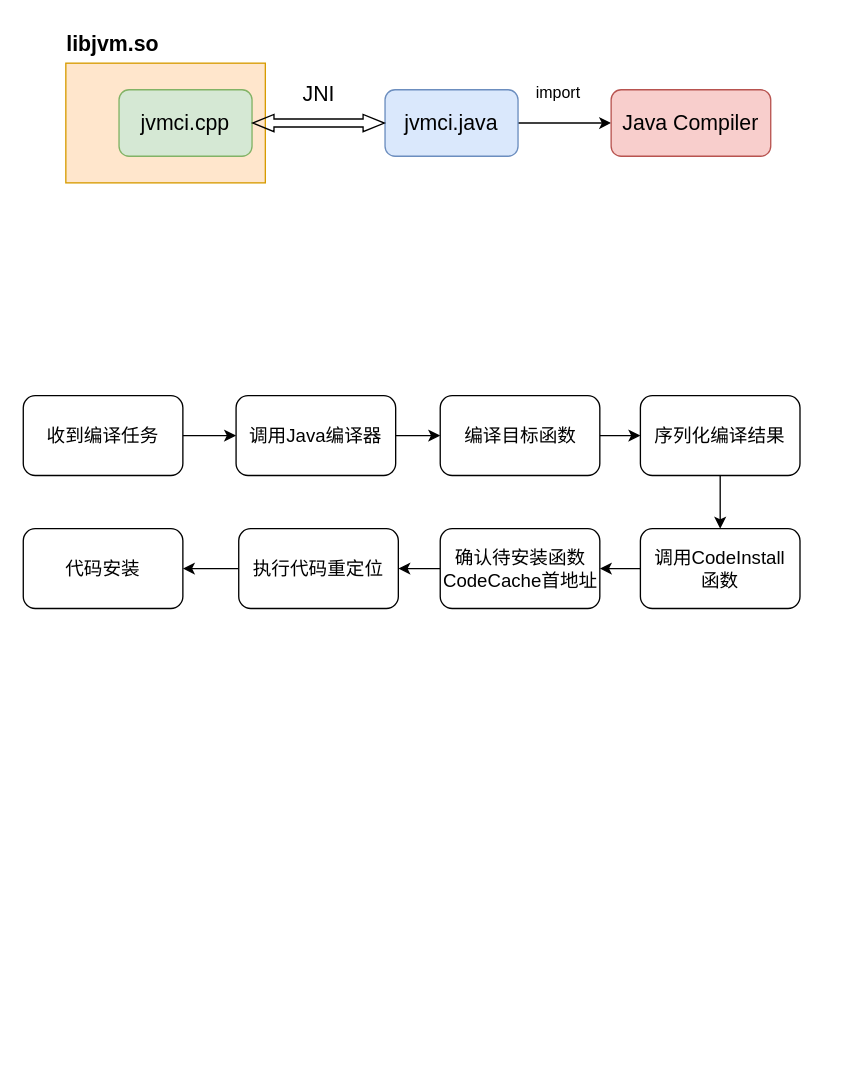
Before: JVMCI.drawio in f123888/Draw.IO, a draw.io diagram. Source tidied: cells renumbered, new cells numbered last; positions are measured from the earlier drawing's top-left corner, leaving out a move shared by most shapes. Both pictures are drawn from the tidied source at 133%, with x=0, y=0 at pixel (23, 23).
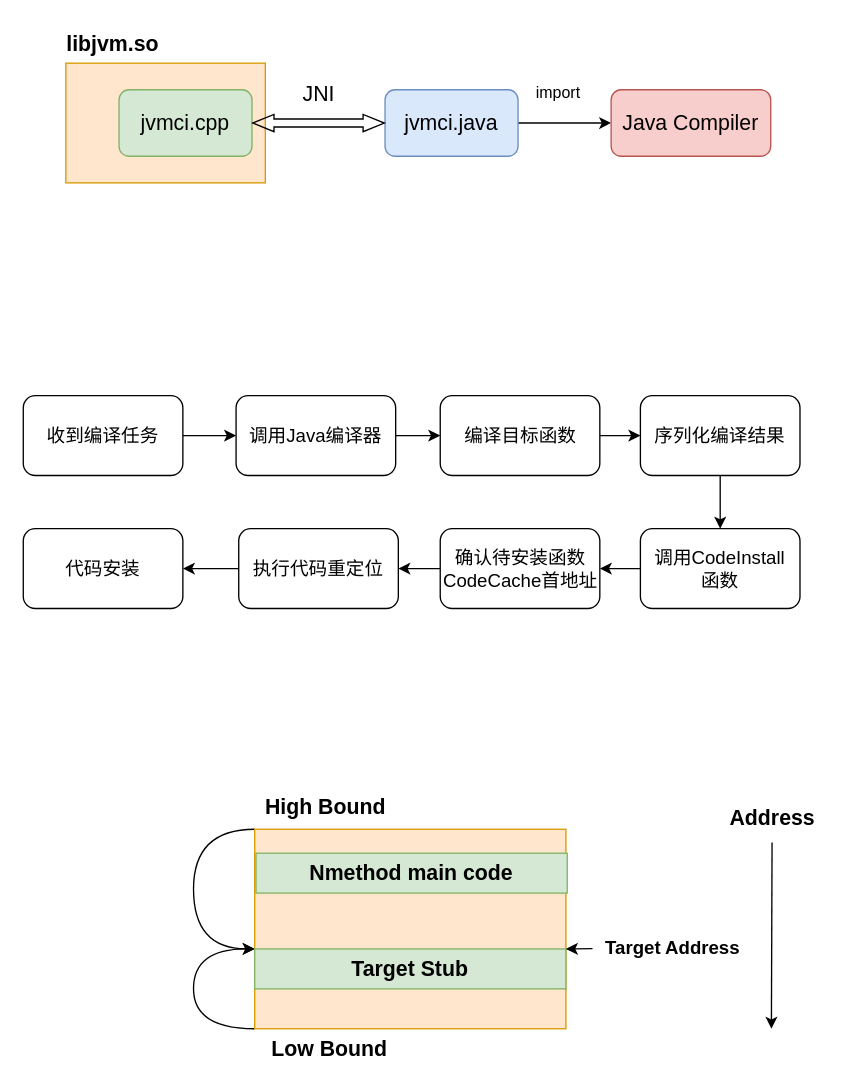
After the change.

Diff of the diagram source:
```diff
@@
+    <mxCell id="26" style="edgeStyle=orthogonalEdgeStyle;rounded=0;jettySize=auto;html=1;exitX=0;exitY=0;exitDx=0;exitDy=0;entryX=0;entryY=0;entryDx=0;entryDy=0;curved=1;" parent="1" edge="1" source="28" target="29">
+      <mxGeometry relative="1" as="geometry">
+        <Array as="points">
+          <mxPoint x="128" y="606" />
+          <mxPoint x="128" y="696" />
+        </Array>
+      </mxGeometry>
+    </mxCell>
+    <mxCell id="27" style="edgeStyle=orthogonalEdgeStyle;rounded=0;jettySize=auto;html=1;exitX=0;exitY=1;exitDx=0;exitDy=0;entryX=0;entryY=0;entryDx=0;entryDy=0;curved=1;" parent="1" edge="1" source="28" target="29">
+      <mxGeometry relative="1" as="geometry">
+        <Array as="points">
+          <mxPoint x="128" y="756" />
+          <mxPoint x="128" y="696" />
+        </Array>
+      </mxGeometry>
+    </mxCell>
+    <mxCell id="28" style="rounded=0;whiteSpace=wrap;html=1;fillColor=#ffe6cc;strokeColor=#d79b00;" parent="1" vertex="1">
+      <mxGeometry x="174" y="606" width="234" height="150" as="geometry" />
+    </mxCell>
+    <mxCell id="29" value="&lt;font style=&quot;font-size: 16px;&quot;&gt;&lt;b&gt;Target Stub&lt;/b&gt;&lt;/font&gt;" style="rounded=0;whiteSpace=wrap;html=1;fillColor=#d5e8d4;strokeColor=#82b366;" parent="1" vertex="1">
+      <mxGeometry x="174" y="696" width="234" height="30" as="geometry" />
+    </mxCell>
+    <mxCell id="30" style="endArrow=classic;html=1;rounded=0;" parent="1" edge="1">
+      <mxGeometry relative="1" as="geometry">
+        <mxPoint x="563" y="616" as="sourcePoint" />
+        <mxPoint x="562.5" y="756" as="targetPoint" />
+      </mxGeometry>
+    </mxCell>
+    <mxCell id="31" value="&lt;font style=&quot;font-size: 16px;&quot;&gt;&lt;b style=&quot;&quot;&gt;High Bound&lt;/b&gt;&lt;/font&gt;" style="text;html=1;align=center;verticalAlign=middle;strokeColor=none;fillColor=none;" parent="1" vertex="1">
+      <mxGeometry x="172" y="574" width="110" height="30" as="geometry" />
+    </mxCell>
+    <mxCell id="32" value="&lt;font style=&quot;font-size: 16px;&quot;&gt;&lt;b&gt;Low Bound&lt;/b&gt;&lt;/font&gt;" style="text;html=1;align=center;verticalAlign=middle;strokeColor=none;fillColor=none;" parent="1" vertex="1">
+      <mxGeometry x="175" y="756" width="110" height="30" as="geometry" />
+    </mxCell>
+    <mxCell id="33" value="&lt;font style=&quot;font-size: 16px;&quot;&gt;&lt;b&gt;Address&lt;/b&gt;&lt;/font&gt;" style="text;html=1;align=center;verticalAlign=middle;strokeColor=none;fillColor=none;" parent="1" vertex="1">
+      <mxGeometry x="518" y="582" width="90" height="30" as="geometry" />
+    </mxCell>
+    <mxCell id="34" value="&lt;font style=&quot;font-size: 14px;&quot;&gt;&lt;b style=&quot;&quot;&gt;Target Address&lt;/b&gt;&lt;/font&gt;" style="text;html=1;align=center;verticalAlign=middle;points=[];strokeColor=none;fillColor=none;" parent="1" vertex="1">
+      <mxGeometry x="428" y="680" width="120" height="30" as="geometry" />
+    </mxCell>
+    <mxCell id="35" value="&lt;font style=&quot;font-size: 16px;&quot;&gt;&lt;b&gt;Nmethod main code&lt;/b&gt;&lt;/font&gt;" style="rounded=0;whiteSpace=wrap;html=1;fillColor=#d5e8d4;strokeColor=#82b366;" parent="1" vertex="1">
+      <mxGeometry x="175" y="624" width="234" height="30" as="geometry" />
+    </mxCell>
+    <mxCell id="36" style="endArrow=classic;html=1;rounded=0;entryX=1;entryY=0;entryDx=0;entryDy=0;" parent="1" edge="1" source="34" target="29">
+      <mxGeometry relative="1" as="geometry" />
+    </mxCell>
```
